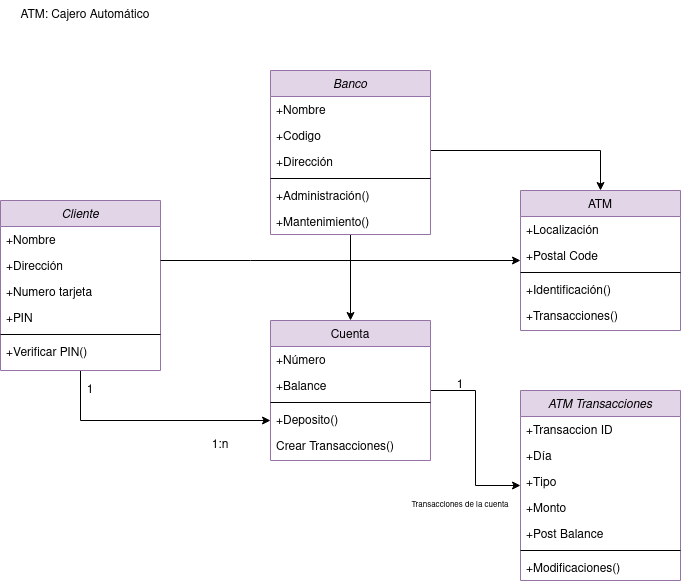
Earlier version of the draw.io export diagramas/cajero_automatico.png (nicholelouis/ETS). Source tidied: cells renumbered, new cells last; positions are measured from the earlier drawing's top-left corner, leaving out a move shared by most shapes.
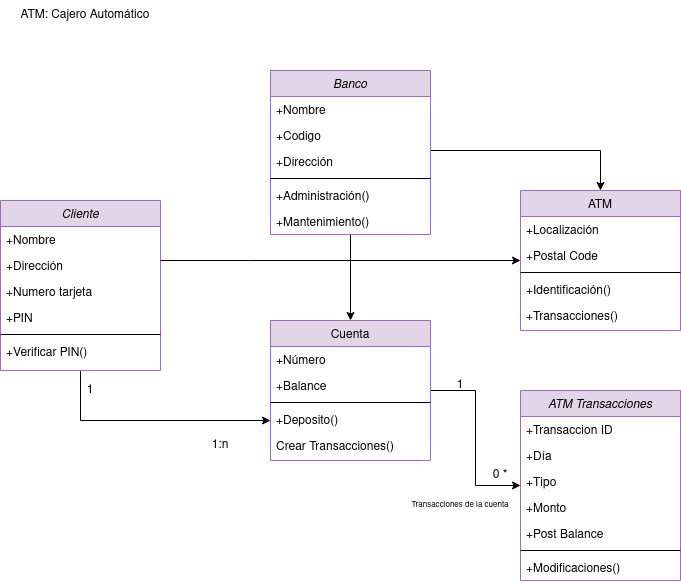
The same diagram one commit later.

Change to the diagram source:
```diff
@@ -147,5 +147,8 @@
     <mxCell id="45" value="ATM: Cajero Automático" style="text;html=1;align=center;verticalAlign=middle;whiteSpace=wrap;rounded=0;" parent="1" vertex="1">
       <mxGeometry width="170" height="30" as="geometry" />
     </mxCell>
+    <mxCell id="46" value="0 *" style="text;html=1;align=center;verticalAlign=middle;whiteSpace=wrap;rounded=0;" parent="1" vertex="1">
+      <mxGeometry x="470" y="460" width="60" height="30" as="geometry" />
+    </mxCell>
   </root>
 </mxGraphModel>
```
